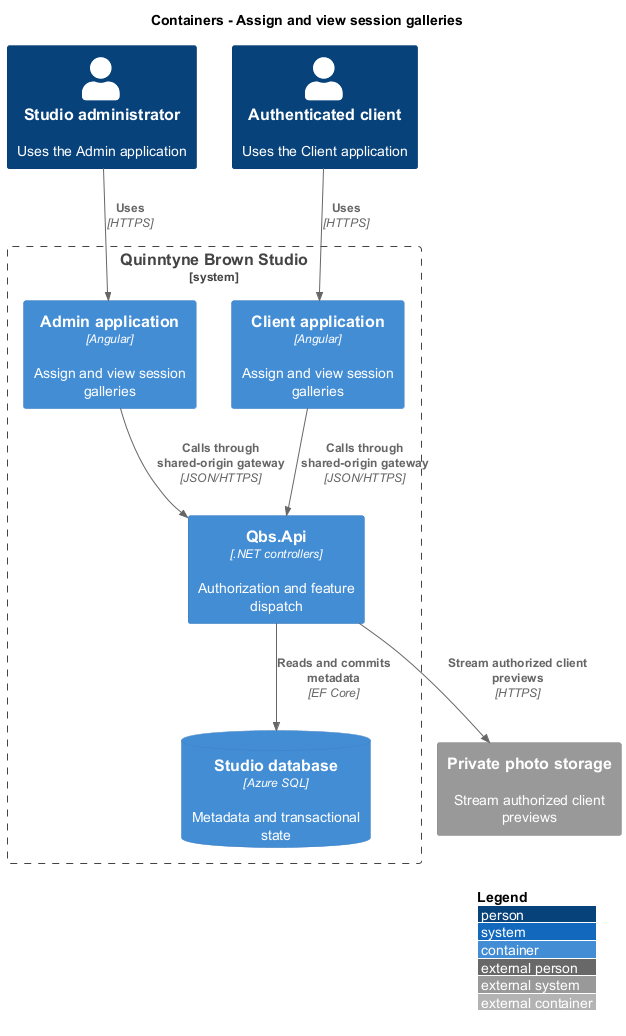
Earlier version of the PlantUML export docs/detailed-designs/client-access/assign-and-view-session-galleries/diagrams/c4-container.png (QuinntyneBrown/quinntyne-brown-studio).
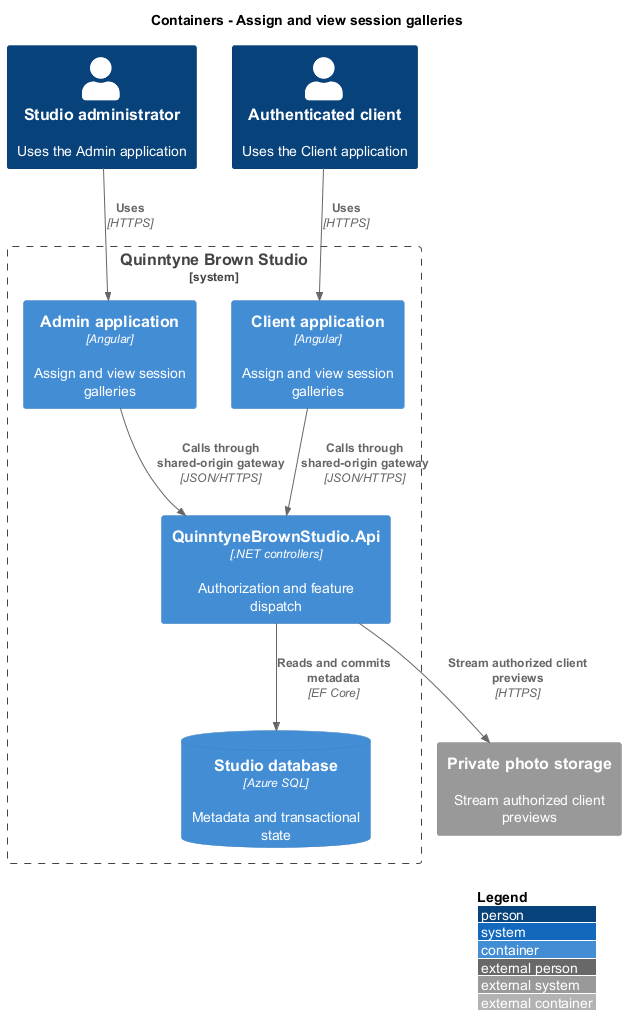
After the change.

The edit, as a diff of the source:
```diff
@@ -7,7 +7,7 @@
 System_Boundary(studio, "Quinntyne Brown Studio") {
  Container(app0, "Admin application", "Angular", "Assign and view session galleries")
  Container(app1, "Client application", "Angular", "Assign and view session galleries")
- Container(api, "Qbs.Api", ".NET controllers", "Authorization and feature dispatch")
+ Container(api, "QuinntyneBrownStudio.Api", ".NET controllers", "Authorization and feature dispatch")
  ContainerDb(db, "Studio database", "Azure SQL", "Metadata and transactional state")
 }
 Rel(actor0, app0, "Uses", "HTTPS")
```
